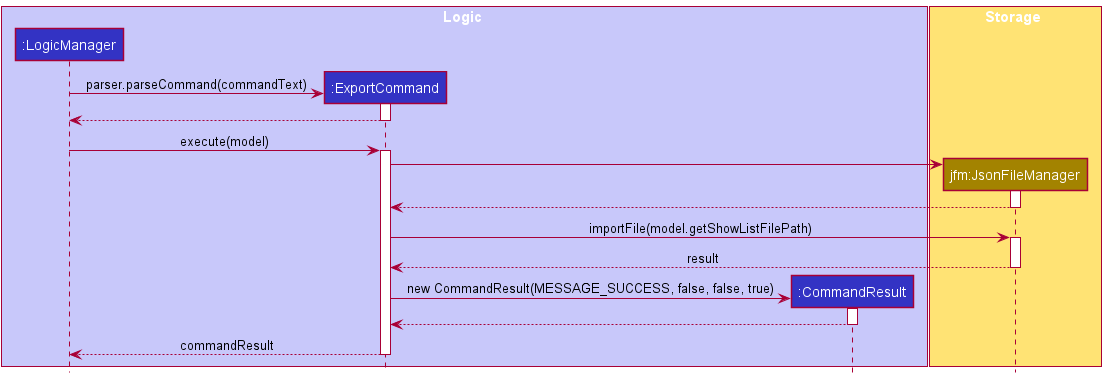
Earlier version of the PlantUML export docs/images/ExportSequenceDiagram.png (nus-cs2103-AY2122S2/tp).
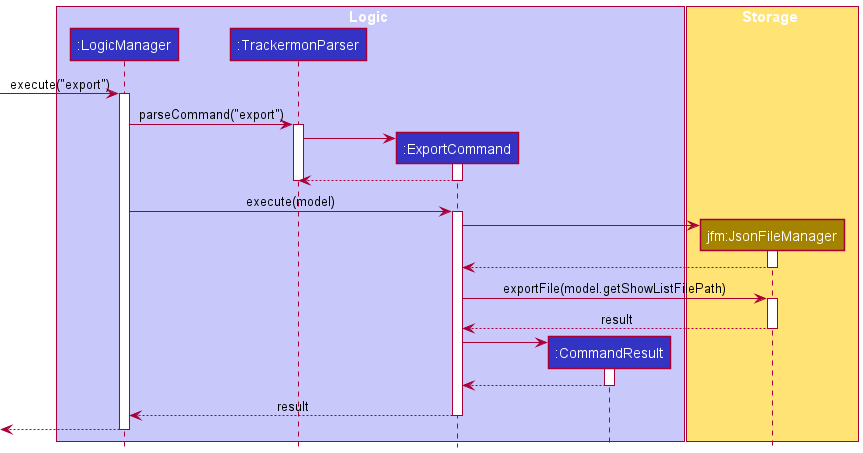
After the commit.

Commit message:
Update Import/Export sequence diagrams

Change to the diagram source:
```diff
@@ -3,6 +3,7 @@
 
 box Logic LOGIC_COLOR_T1
 participant ":LogicManager" as LogicManager LOGIC_COLOR
+participant ":TrackermonParser" as TrackermonParser LOGIC_COLOR
 participant ":ExportCommand" as ExportCommand LOGIC_COLOR
 participant ":CommandResult" as CommandResult LOGIC_COLOR
 
@@ -10,12 +11,19 @@
 participant "jfm:JsonFileManager" as JsonFileManager STORAGE_COLOR
 box
 
+-> LogicManager : execute("export")
+activate LogicManager
+
+LogicManager -> TrackermonParser : parseCommand("export")
+activate TrackermonParser
+
 create ExportCommand
-LogicManager -> ExportCommand : parser.parseCommand(commandText)
+TrackermonParser -> ExportCommand :
 activate ExportCommand
 
-ExportCommand --> LogicManager
+ExportCommand --> TrackermonParser
 deactivate ExportCommand
+deactivate TrackermonParser
 
 LogicManager -> ExportCommand : execute(model)
 activate ExportCommand
@@ -27,20 +35,23 @@
 JsonFileManager --> ExportCommand :
 deactivate JsonFileManager
 
-ExportCommand -> JsonFileManager : importFile(model.getShowListFilePath)
+ExportCommand -> JsonFileManager : exportFile(model.getShowListFilePath)
 activate JsonFileManager
 
 JsonFileManager --> ExportCommand : result
 deactivate JsonFileManager
 
 create CommandResult
-ExportCommand -> CommandResult : new CommandResult(MESSAGE_SUCCESS, false, false, true)
+ExportCommand -> CommandResult :
 activate CommandResult
 
 CommandResult --> ExportCommand
 deactivate CommandResult
 
-ExportCommand --> LogicManager : commandResult
+ExportCommand --> LogicManager : result
 deactivate ExportCommand
 
+<-- LogicManager
+deactivate LogicManager
+
 @enduml
```
